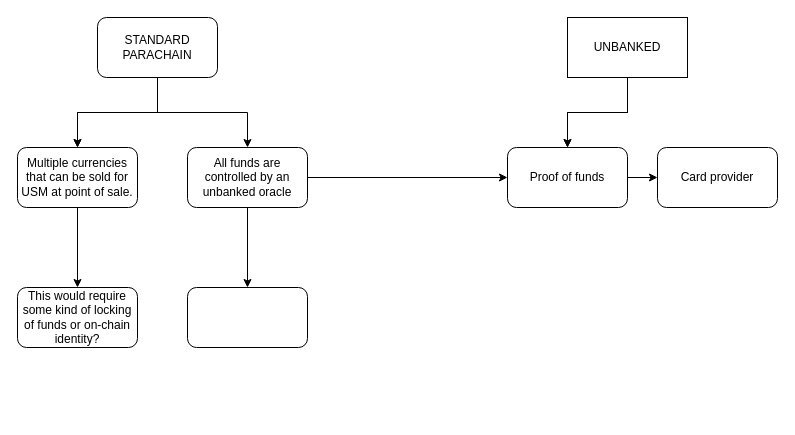
Above: Untitled Diagram.drawio in ERC20s/STNB (draw.io), before the change. Source tidied: cells renumbered, new cells numbered last; positions are measured from the earlier drawing's top-left corner, leaving out a move shared by most shapes. Both pictures are drawn from the tidied source at 100%, with x=0, y=0 at pixel (17, 17).
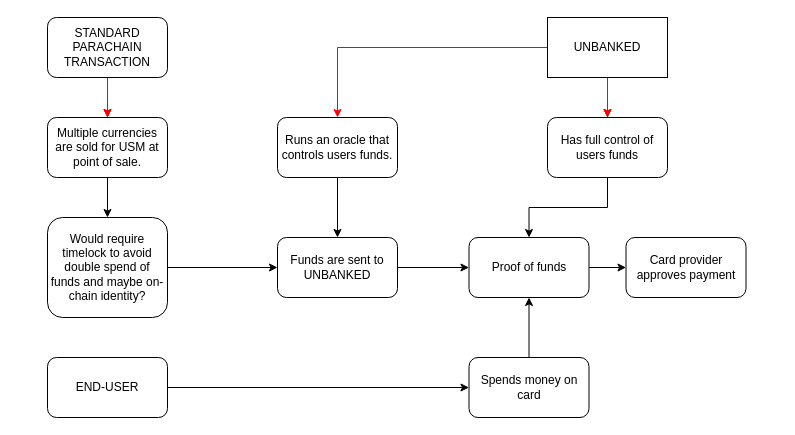
After the change.

Change to the diagram source:
```diff
@@
-    <mxCell id="3" style="edgeStyle=orthogonalEdgeStyle;rounded=0;jettySize=auto;html=1;" parent="1" edge="1" source="5" target="10">
+    <mxCell id="3" style="edgeStyle=orthogonalEdgeStyle;rounded=0;jettySize=auto;html=1;fontColor=#FF0000;strokeColor=#FF0000;" parent="1" edge="1" source="5" target="10">
       <mxGeometry relative="1" as="geometry" />
     </mxCell>
-    <mxCell id="4" style="edgeStyle=orthogonalEdgeStyle;rounded=0;jettySize=auto;html=1;" parent="1" edge="1" source="5" target="13">
-      <mxGeometry relative="1" as="geometry" />
+    <mxCell id="4" style="edgeStyle=orthogonalEdgeStyle;rounded=0;jettySize=auto;html=1;exitX=0;exitY=0.5;exitDx=0;exitDy=0;strokeColor=#FF0000;" parent="1" edge="1" source="8" target="13">
+      <mxGeometry relative="1" as="geometry">
+        <Array as="points">
+          <mxPoint x="320" y="30" />
+        </Array>
+      </mxGeometry>
     </mxCell>
-    <mxCell id="5" value="STANDARD PARACHAIN" style="rounded=1;whiteSpace=wrap;html=1;" parent="1" vertex="1">
-      <mxGeometry x="80" width="120" height="60" as="geometry" />
+    <mxCell id="5" value="STANDARD PARACHAIN TRANSACTION" style="rounded=1;whiteSpace=wrap;html=1;" parent="1" vertex="1">
+      <mxGeometry x="30" width="120" height="60" as="geometry" />
     </mxCell>
-    <mxCell id="6" style="edgeStyle=orthogonalEdgeStyle;rounded=0;jettySize=auto;html=1;" parent="1" edge="1" source="8" target="15">
-      <mxGeometry relative="1" as="geometry" />
-    </mxCell>
-    <mxCell id="7" style="edgeStyle=orthogonalEdgeStyle;rounded=0;jettySize=auto;html=1;" parent="1" edge="1" source="8" target="15">
-      <mxGeometry relative="1" as="geometry" />
-    </mxCell>
+    <mxCell id="19" style="edgeStyle=orthogonalEdgeStyle;rounded=0;jettySize=auto;html=1;" parent="1" edge="1" source="8" target="28">
+      <mxGeometry relative="1" as="geometry" />
+    </mxCell>
+    <mxCell id="20" style="edgeStyle=orthogonalEdgeStyle;rounded=0;jettySize=auto;html=1;fontColor=#FF0000;strokeColor=#FF0000;" parent="1" edge="1" source="8" target="28">
+      <mxGeometry relative="1" as="geometry" />
+    </mxCell>
     <mxCell id="8" value="UNBANKED" style="rounded=0;whiteSpace=wrap;html=1;" parent="1" vertex="1">
-      <mxGeometry x="550" width="120" height="60" as="geometry" />
+      <mxGeometry x="530" width="120" height="60" as="geometry" />
     </mxCell>
@@
-    <mxCell id="10" value="Multiple currencies that can be sold for USM at point of sale." style="whiteSpace=wrap;html=1;rounded=1;" parent="1" vertex="1">
-      <mxGeometry y="130" width="120" height="60" as="geometry" />
+    <mxCell id="10" value="Multiple currencies are sold for USM at point of sale." style="whiteSpace=wrap;html=1;rounded=1;" parent="1" vertex="1">
+      <mxGeometry x="30" y="100" width="120" height="60" as="geometry" />
     </mxCell>
@@
-    <mxCell id="12" style="edgeStyle=orthogonalEdgeStyle;rounded=0;jettySize=auto;html=1;" parent="1" edge="1" source="13" target="15">
-      <mxGeometry relative="1" as="geometry" />
-    </mxCell>
-    <mxCell id="13" value="All funds are controlled by an unbanked oracle" style="whiteSpace=wrap;html=1;rounded=1;" parent="1" vertex="1">
-      <mxGeometry x="170" y="130" width="120" height="60" as="geometry" />
+    <mxCell id="13" value="Runs an oracle that controls users funds." style="whiteSpace=wrap;html=1;rounded=1;" parent="1" vertex="1">
+      <mxGeometry x="260" y="100" width="120" height="60" as="geometry" />
     </mxCell>
@@
     <mxCell id="15" value="Proof of funds" style="rounded=1;whiteSpace=wrap;html=1;" parent="1" vertex="1">
-      <mxGeometry x="490" y="130" width="120" height="60" as="geometry" />
+      <mxGeometry x="451.5" y="220" width="120" height="60" as="geometry" />
     </mxCell>
+    <mxCell id="21" style="edgeStyle=orthogonalEdgeStyle;rounded=0;jettySize=auto;html=1;entryX=0;entryY=0.5;entryDx=0;entryDy=0;" parent="1" edge="1" source="16" target="17">
+      <mxGeometry relative="1" as="geometry" />
+    </mxCell>
-    <mxCell id="16" value="This would require some kind of locking of funds or on-chain identity?" style="whiteSpace=wrap;html=1;rounded=1;" parent="1" vertex="1">
-      <mxGeometry y="270" width="120" height="60" as="geometry" />
+    <mxCell id="16" value="Would require timelock to avoid double spend of funds and maybe on-chain identity?" style="whiteSpace=wrap;html=1;rounded=1;" parent="1" vertex="1">
+      <mxGeometry x="30" y="200" width="120" height="100" as="geometry" />
     </mxCell>
+    <mxCell id="22" style="edgeStyle=orthogonalEdgeStyle;rounded=0;jettySize=auto;html=1;" parent="1" edge="1" source="17" target="15">
+      <mxGeometry relative="1" as="geometry" />
+    </mxCell>
-    <mxCell id="17" style="whiteSpace=wrap;html=1;rounded=1;" parent="1" vertex="1">
-      <mxGeometry x="170" y="270" width="120" height="60" as="geometry" />
+    <mxCell id="17" value="Funds are sent to UNBANKED" style="whiteSpace=wrap;html=1;rounded=1;" parent="1" vertex="1">
+      <mxGeometry x="260" y="220" width="120" height="60" as="geometry" />
     </mxCell>
-    <mxCell id="18" value="Card provider" style="rounded=1;whiteSpace=wrap;html=1;" parent="1" vertex="1">
-      <mxGeometry x="640" y="130" width="120" height="60" as="geometry" />
+    <mxCell id="18" value="Card provider approves payment" style="rounded=1;whiteSpace=wrap;html=1;" parent="1" vertex="1">
+      <mxGeometry x="608.5" y="220" width="120" height="60" as="geometry" />
     </mxCell>
+    <mxCell id="23" style="edgeStyle=orthogonalEdgeStyle;rounded=0;jettySize=auto;html=1;" parent="1" edge="1" source="24" target="26">
+      <mxGeometry relative="1" as="geometry" />
+    </mxCell>
+    <mxCell id="24" value="END-USER" style="rounded=1;whiteSpace=wrap;html=1;" parent="1" vertex="1">
+      <mxGeometry x="30" y="340" width="120" height="60" as="geometry" />
+    </mxCell>
+    <mxCell id="25" style="edgeStyle=orthogonalEdgeStyle;rounded=0;jettySize=auto;html=1;" parent="1" edge="1" source="26" target="15">
+      <mxGeometry relative="1" as="geometry" />
+    </mxCell>
+    <mxCell id="26" value="Spends money on card" style="whiteSpace=wrap;html=1;rounded=1;" parent="1" vertex="1">
+      <mxGeometry x="451.5" y="340" width="120" height="60" as="geometry" />
+    </mxCell>
+    <mxCell id="27" style="edgeStyle=orthogonalEdgeStyle;rounded=0;jettySize=auto;html=1;entryX=0.5;entryY=0;entryDx=0;entryDy=0;" parent="1" edge="1" source="28" target="15">
+      <mxGeometry relative="1" as="geometry" />
+    </mxCell>
+    <mxCell id="28" value="Has full control of users funds" style="whiteSpace=wrap;html=1;rounded=1;" parent="1" vertex="1">
+      <mxGeometry x="530" y="100" width="120" height="60" as="geometry" />
+    </mxCell>
```
